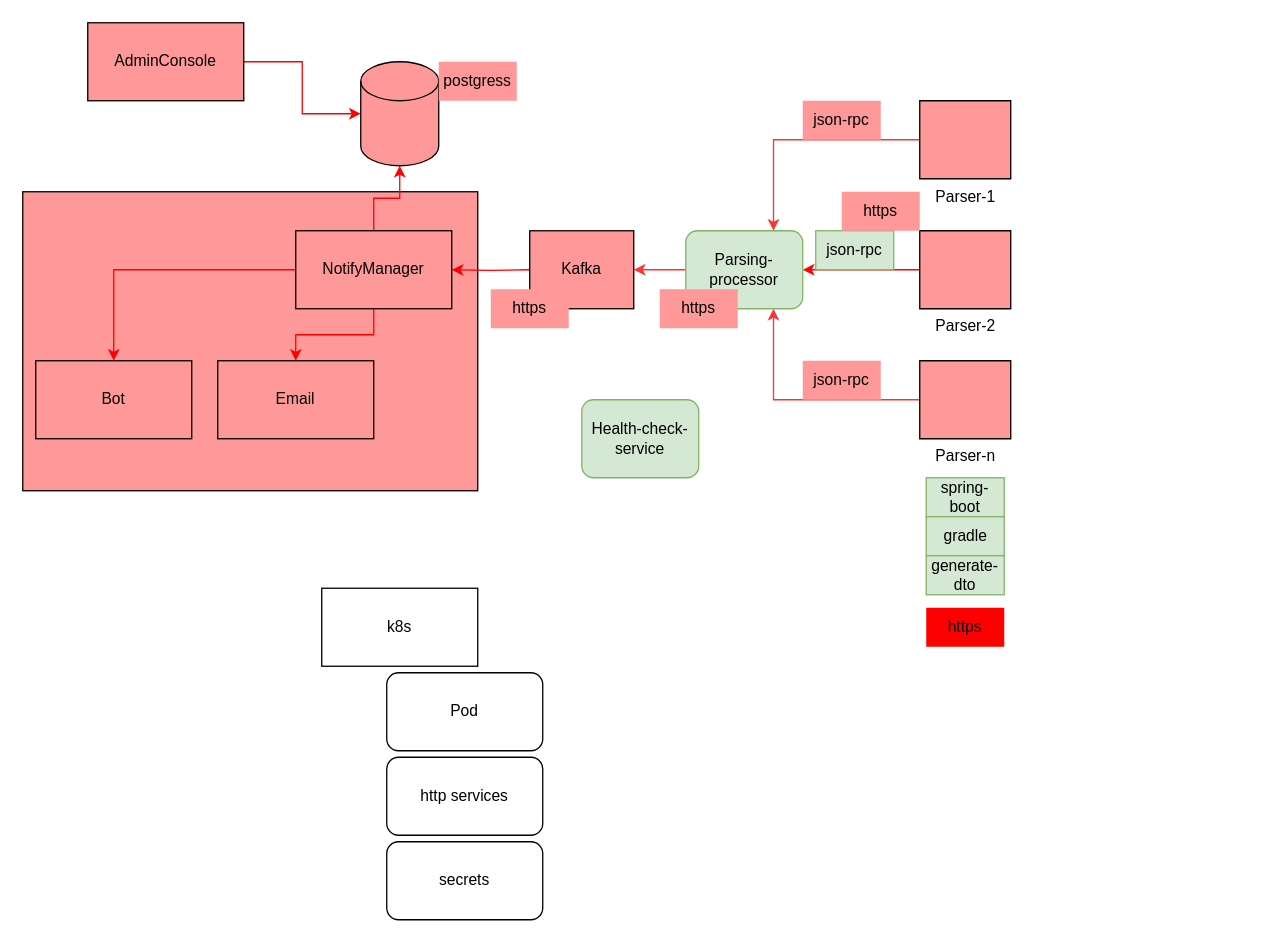
The draw.io diagram details.drawio in VOsipenkov/Nuclear-bot-doc, before the edit. Source tidied: cells renumbered, new cells numbered last; positions are measured from the earlier drawing's top-left corner, leaving out a move shared by most shapes. Both pictures are drawn from the tidied source at 130%, with x=0, y=0 at pixel (22, 22).
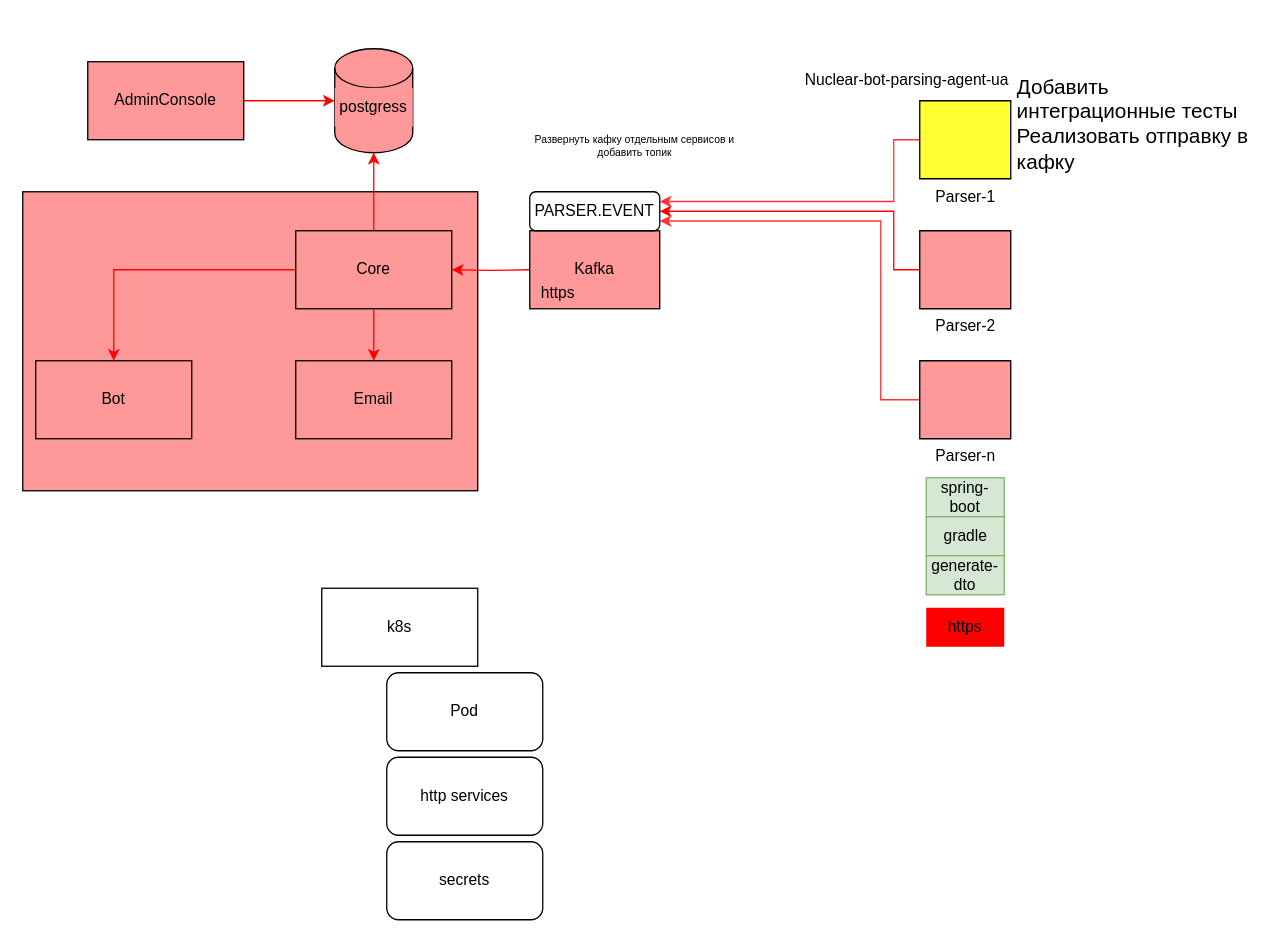
The same diagram, later.

Unchanged cells that the change refers to:
```xml
<mxCell id="6" value="Parser-2&lt;br&gt;" style="verticalLabelPosition=bottom;verticalAlign=top;html=1;shape=mxgraph.basic.rect;fillColor2=none;strokeWidth=1;size=20;indent=5;fillColor=#FF9999;" parent="1" vertex="1">
  <mxGeometry x="690" y="160" width="70" height="60" as="geometry" />
</mxCell>
<mxCell id="8" value="Parser-n" style="verticalLabelPosition=bottom;verticalAlign=top;html=1;shape=mxgraph.basic.rect;fillColor2=none;strokeWidth=1;size=20;indent=5;fillColor=#FF9999;" parent="1" vertex="1">
  <mxGeometry x="690" y="260" width="70" height="60" as="geometry" />
</mxCell>
```

What changed in the source:
```diff
@@
-    <mxCell id="3" style="edgeStyle=orthogonalEdgeStyle;rounded=0;jettySize=auto;html=1;entryX=0.75;entryY=0;entryDx=0;entryDy=0;fillColor=#FF9999;strokeColor=#FF3333;" parent="1" edge="1" source="4" target="11">
-      <mxGeometry relative="1" as="geometry" />
+    <mxCell id="3" style="edgeStyle=orthogonalEdgeStyle;rounded=0;jettySize=auto;html=1;entryX=1;entryY=0.25;entryDx=0;entryDy=0;fillColor=#FF9999;strokeColor=#FF3333;" parent="1" edge="1" source="4" target="39">
+      <mxGeometry relative="1" as="geometry">
+        <Array as="points">
+          <mxPoint x="670" y="90" />
+          <mxPoint x="670" y="138" />
+        </Array>
+      </mxGeometry>
     </mxCell>
-    <mxCell id="4" value="Parser-1" style="verticalLabelPosition=bottom;verticalAlign=top;html=1;shape=mxgraph.basic.rect;fillColor2=none;strokeWidth=1;size=20;indent=5;fillColor=#FF9999;" parent="1" vertex="1">
+    <mxCell id="4" value="Parser-1" style="verticalLabelPosition=bottom;verticalAlign=top;html=1;shape=mxgraph.basic.rect;fillColor2=none;strokeWidth=1;size=20;indent=5;fillColor=#FFFF33;" parent="1" vertex="1">
       <mxGeometry x="690" y="60" width="70" height="60" as="geometry" />
     </mxCell>
-    <mxCell id="5" style="edgeStyle=orthogonalEdgeStyle;rounded=0;jettySize=auto;html=1;entryX=1;entryY=0.5;entryDx=0;entryDy=0;fillColor=#FF3333;strokeColor=#FF0000;" parent="1" edge="1" source="6" target="11">
-      <mxGeometry relative="1" as="geometry" />
+    <mxCell id="5" style="edgeStyle=orthogonalEdgeStyle;rounded=0;jettySize=auto;html=1;entryX=1;entryY=0.5;entryDx=0;entryDy=0;fillColor=#FF3333;strokeColor=#FF0000;" parent="1" edge="1" source="6" target="39">
+      <mxGeometry relative="1" as="geometry">
+        <Array as="points">
+          <mxPoint x="670" y="190" />
+          <mxPoint x="670" y="145" />
+        </Array>
+      </mxGeometry>
     </mxCell>
@@
-    <mxCell id="7" style="edgeStyle=orthogonalEdgeStyle;rounded=0;jettySize=auto;html=1;entryX=0.75;entryY=1;entryDx=0;entryDy=0;fillColor=#FF0000;strokeColor=#FF3333;" parent="1" edge="1" source="8" target="11">
-      <mxGeometry relative="1" as="geometry" />
+    <mxCell id="7" style="edgeStyle=orthogonalEdgeStyle;rounded=0;jettySize=auto;html=1;entryX=1;entryY=0.75;entryDx=0;entryDy=0;fillColor=#FF0000;strokeColor=#FF3333;" parent="1" edge="1" source="8" target="39">
+      <mxGeometry relative="1" as="geometry">
+        <Array as="points">
+          <mxPoint x="660" y="290" />
+          <mxPoint x="660" y="153" />
+        </Array>
+      </mxGeometry>
     </mxCell>
@@
-    <mxCell id="10" style="edgeStyle=orthogonalEdgeStyle;rounded=0;jettySize=auto;html=1;entryX=1;entryY=0.5;entryDx=0;entryDy=0;fillColor=#FF3333;strokeColor=#FF3333;" parent="1" edge="1" source="11" target="26">
-      <mxGeometry relative="1" as="geometry" />
-    </mxCell>
-    <mxCell id="11" value="Parsing-processor" style="rounded=1;whiteSpace=wrap;html=1;fillColor=#d5e8d4;strokeColor=#82b366;" parent="1" vertex="1">
-      <mxGeometry x="510" y="160" width="90" height="60" as="geometry" />
-    </mxCell>
@@
-    <mxCell id="15" value="NotifyManager" style="rounded=0;whiteSpace=wrap;html=1;fillColor=#FF9999;" parent="1" vertex="1">
+    <mxCell id="15" value="Core" style="rounded=0;whiteSpace=wrap;html=1;fillColor=#FF9999;" parent="1" vertex="1">
       <mxGeometry x="210" y="160" width="120" height="60" as="geometry" />
     </mxCell>
@@
     <mxCell id="17" value="Email" style="rounded=0;whiteSpace=wrap;html=1;fillColor=#FF9999;" parent="1" vertex="1">
-      <mxGeometry x="150" y="260" width="120" height="60" as="geometry" />
+      <mxGeometry x="210" y="260" width="120" height="60" as="geometry" />
     </mxCell>
     <mxCell id="18" style="shape=cylinder3;whiteSpace=wrap;html=1;boundedLbl=1;backgroundOutline=1;size=15;fillColor=#FF9999;" parent="1" vertex="1">
-      <mxGeometry x="260" y="30" width="60" height="80" as="geometry" />
+      <mxGeometry x="240" y="20" width="60" height="80" as="geometry" />
     </mxCell>
-    <mxCell id="19" value="json-rpc" style="text;html=1;strokeColor=none;fillColor=#FF9999;align=center;verticalAlign=middle;whiteSpace=wrap;rounded=0;" parent="1" vertex="1">
-      <mxGeometry x="600" y="60" width="60" height="30" as="geometry" />
-    </mxCell>
-    <mxCell id="20" value="json-rpc" style="text;html=1;strokeColor=#82b366;fillColor=#d5e8d4;align=center;verticalAlign=middle;whiteSpace=wrap;rounded=0;" parent="1" vertex="1">
-      <mxGeometry x="610" y="160" width="60" height="30" as="geometry" />
-    </mxCell>
-    <mxCell id="21" value="json-rpc" style="text;html=1;strokeColor=none;fillColor=#FF9999;align=center;verticalAlign=middle;whiteSpace=wrap;rounded=0;" parent="1" vertex="1">
-      <mxGeometry x="600" y="260" width="60" height="30" as="geometry" />
-    </mxCell>
@@
     <mxCell id="26" style="rounded=0;whiteSpace=wrap;html=1;fillColor=#FF9999;" parent="1" vertex="1">
-      <mxGeometry x="390" y="160" width="80" height="60" as="geometry" />
+      <mxGeometry x="390" y="160" width="100" height="60" as="geometry" />
     </mxCell>
     <mxCell id="27" value="Kafka" style="text;html=1;strokeColor=none;fillColor=#FF9999;align=center;verticalAlign=middle;whiteSpace=wrap;rounded=0;" parent="1" vertex="1">
-      <mxGeometry x="400" y="175" width="60" height="30" as="geometry" />
+      <mxGeometry x="410" y="175" width="60" height="30" as="geometry" />
     </mxCell>
-    <mxCell id="28" value="https" style="text;html=1;strokeColor=none;fillColor=#FF9999;align=center;verticalAlign=middle;whiteSpace=wrap;rounded=0;" parent="1" vertex="1">
-      <mxGeometry x="490" y="205" width="60" height="30" as="geometry" />
-    </mxCell>
-    <mxCell id="29" value="https" style="text;html=1;strokeColor=none;fillColor=#FF9999;align=center;verticalAlign=middle;whiteSpace=wrap;rounded=0;" parent="1" vertex="1">
-      <mxGeometry x="630" y="130" width="60" height="30" as="geometry" />
-    </mxCell>
     <mxCell id="30" value="https" style="text;html=1;strokeColor=none;fillColor=#FF9999;align=center;verticalAlign=middle;whiteSpace=wrap;rounded=0;" parent="1" vertex="1">
-      <mxGeometry x="360" y="205" width="60" height="30" as="geometry" />
+      <mxGeometry x="392" y="198" width="40" height="20" as="geometry" />
     </mxCell>
@@
     <mxCell id="32" value="AdminConsole" style="rounded=0;whiteSpace=wrap;html=1;fillColor=#FF9999;" parent="1" vertex="1">
-      <mxGeometry x="50" width="120" height="60" as="geometry" />
+      <mxGeometry x="50" y="30" width="120" height="60" as="geometry" />
     </mxCell>
     <mxCell id="33" value="postgress" style="text;html=1;strokeColor=none;fillColor=#FF9999;align=center;verticalAlign=middle;whiteSpace=wrap;rounded=0;" parent="1" vertex="1">
-      <mxGeometry x="320" y="30" width="60" height="30" as="geometry" />
+      <mxGeometry x="240" y="50" width="60" height="30" as="geometry" />
     </mxCell>
@@
-    <mxCell id="38" value="Health-check-service&lt;br&gt;" style="rounded=1;whiteSpace=wrap;html=1;fillColor=#d5e8d4;strokeColor=#82b366;" parent="1" vertex="1">
-      <mxGeometry x="430" y="290" width="90" height="60" as="geometry" />
-    </mxCell>
+    <mxCell id="39" value="PARSER.EVENT" style="rounded=1;whiteSpace=wrap;html=1;" parent="1" vertex="1">
+      <mxGeometry x="390" y="130" width="100" height="30" as="geometry" />
+    </mxCell>
+    <mxCell id="40" value="Nuclear-bot-parsing-agent-ua" style="text;whiteSpace=wrap;html=1;" parent="1" vertex="1">
+      <mxGeometry x="600" y="30" width="190" height="40" as="geometry" />
+    </mxCell>
+    <mxCell id="41" value="&lt;font size=&quot;3&quot;&gt;Добавить интеграционные тесты&lt;br&gt;Реализовать отправку в кафку&lt;br&gt;&lt;/font&gt;" style="text;html=1;strokeColor=none;fillColor=none;spacing=5;spacingTop=-20;whiteSpace=wrap;overflow=hidden;rounded=0;" parent="1" vertex="1">
+      <mxGeometry x="760" y="50" width="190" height="120" as="geometry" />
+    </mxCell>
+    <mxCell id="42" value="Развернуть кафку отдельным сервисов и добавить топик" style="text;html=1;strokeColor=none;fillColor=none;align=center;verticalAlign=middle;whiteSpace=wrap;rounded=0;fontSize=8;" parent="1" vertex="1">
+      <mxGeometry x="392" y="80" width="158" height="30" as="geometry" />
+    </mxCell>
```
